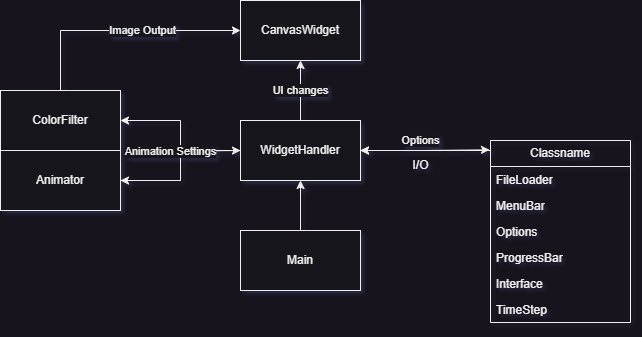
Egglis/Barrier-grid-Animator keeps this draw.io diagram as screenshots/uml.png. Above is the earlier version. Source tidied: cells renumbered, new cells last; positions are measured from the earlier drawing's top-left corner, leaving out a move shared by most shapes.
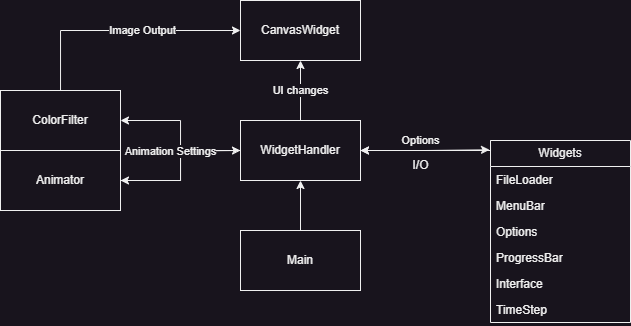
Later version of the same file.

The edit, as a diff of the source:
```diff
@@ -35,7 +35,7 @@
         </Array>
       </mxGeometry>
     </mxCell>
-    <mxCell id="10" value="Classname" style="swimlane;fontStyle=0;horizontal=1;startSize=26;fillColor=none;whiteSpace=wrap;html=1;" parent="1" vertex="1">
+    <mxCell id="10" value="Widgets" style="swimlane;fontStyle=0;horizontal=1;startSize=26;fillColor=none;whiteSpace=wrap;html=1;" parent="1" vertex="1">
       <mxGeometry x="490" y="140" width="140" height="182" as="geometry" />
     </mxCell>
     <mxCell id="11" value="FileLoader" style="text;strokeColor=none;fillColor=none;align=left;verticalAlign=top;spacingLeft=4;spacingRight=4;overflow=hidden;whiteSpace=wrap;html=1;" parent="10" vertex="1">
```
